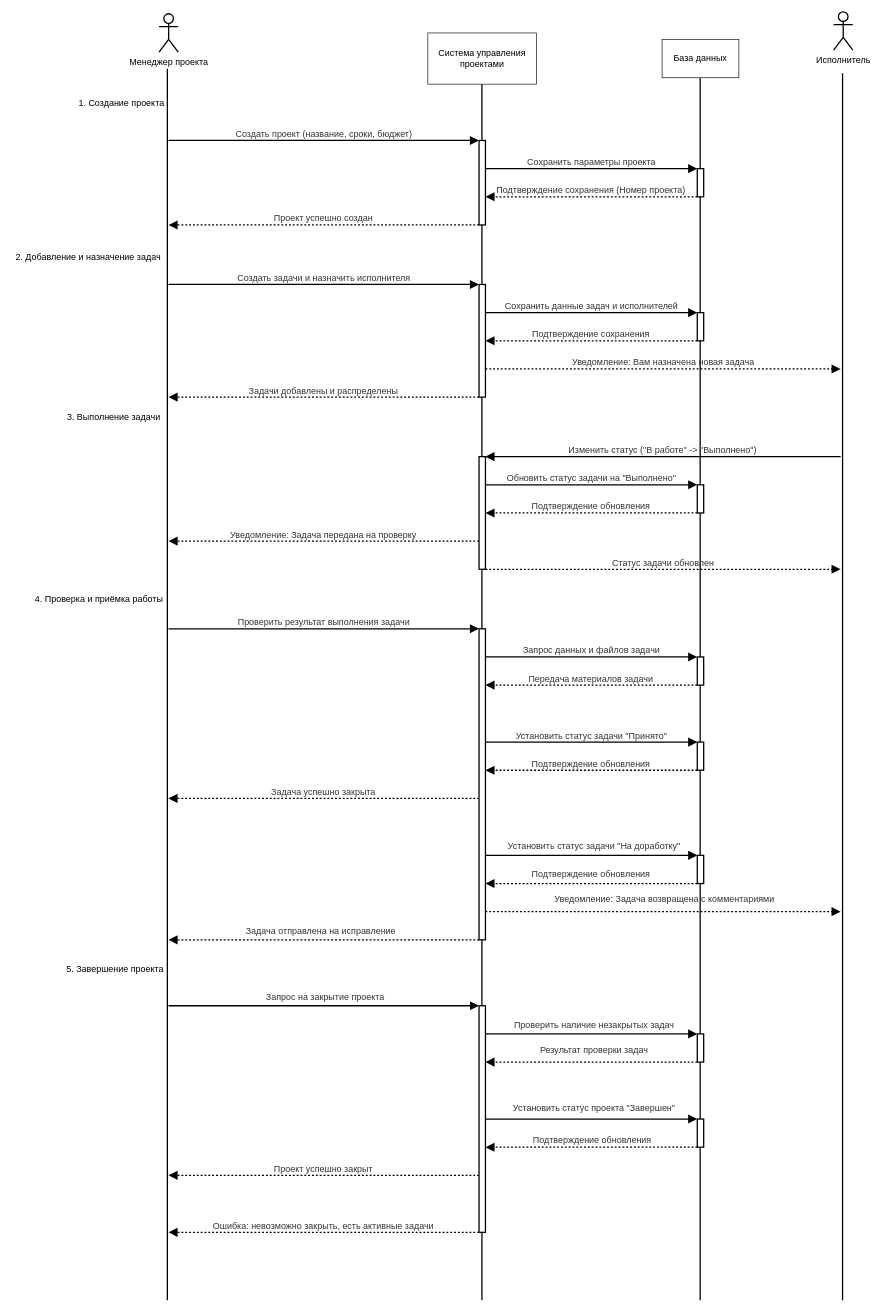
Above: draw/Диаграмма без названия.drawio in egor417131/up3 (draw.io), before the change. Source tidied: cells renumbered, new cells numbered last; positions are measured from the earlier drawing's top-left corner, leaving out a move shared by most shapes. Both pictures are drawn from the tidied source at 64%, with x=0, y=0 at pixel (11, 12).
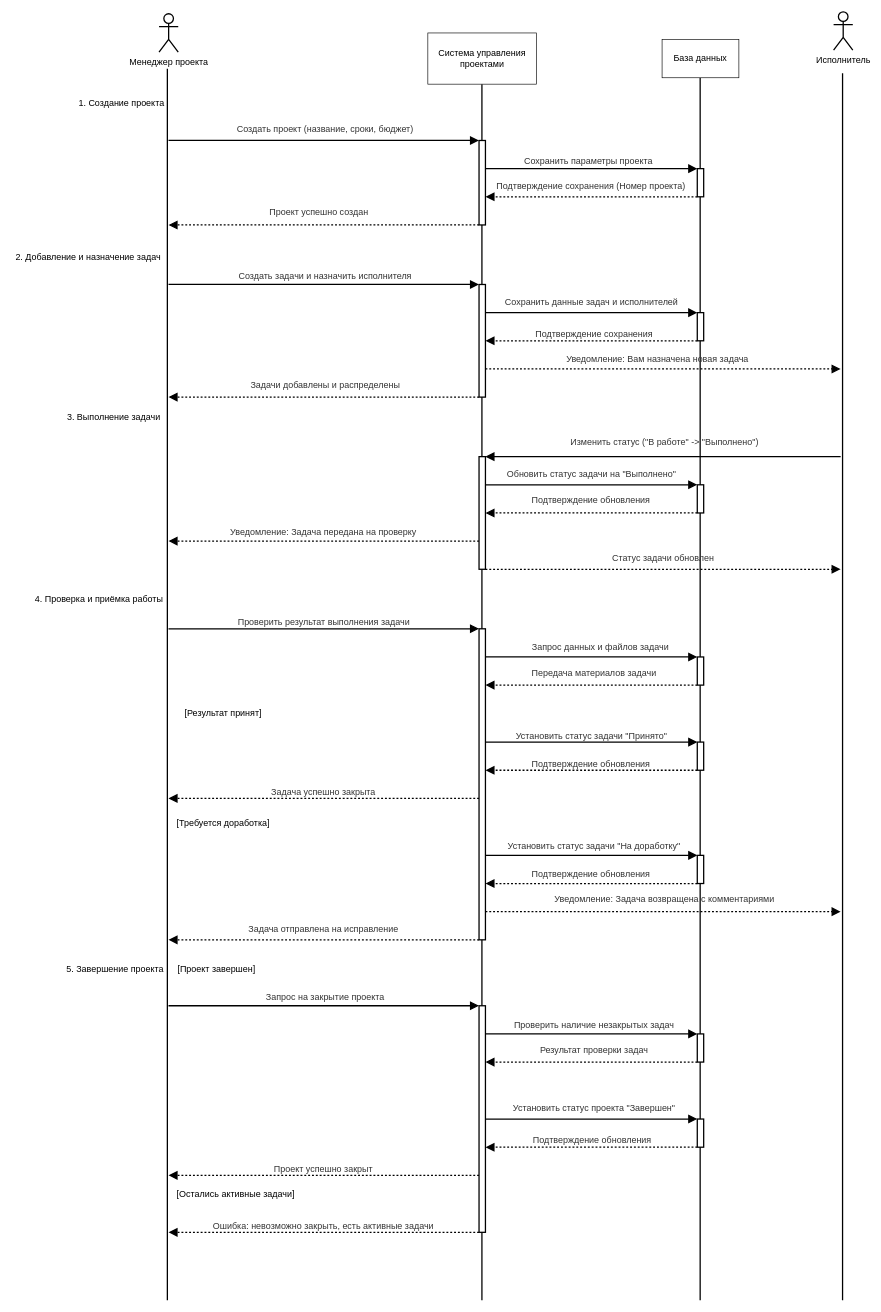
Above is the later version.

The change refers to these unchanged cells:
```xml
<mxCell id="40" style="html=1;points=[];perimeter=orthogonalPerimeter;outlineConnect=0;targetShapes=umlLifeline;portConstraint=eastwest;newEdgeStyle={&quot;edgeStyle&quot;:&quot;elbowEdgeStyle&quot;,&quot;elbow&quot;:&quot;vertical&quot;,&quot;curved&quot;:0,&quot;rounded&quot;:0};fontFamily=Helvetica;fontSize=14;strokeWidth=2;" parent="1" vertex="1">
  <mxGeometry x="731" y="201" width="10" height="132" as="geometry" />
</mxCell>
<mxCell id="41" style="html=1;points=[];perimeter=orthogonalPerimeter;outlineConnect=0;targetShapes=umlLifeline;portConstraint=eastwest;newEdgeStyle={&quot;edgeStyle&quot;:&quot;elbowEdgeStyle&quot;,&quot;elbow&quot;:&quot;vertical&quot;,&quot;curved&quot;:0,&quot;rounded&quot;:0};fontFamily=Helvetica;fontSize=14;strokeWidth=2;" parent="1" vertex="1">
  <mxGeometry x="731" y="426" width="10" height="176" as="geometry" />
</mxCell>
<mxCell id="42" style="html=1;points=[];perimeter=orthogonalPerimeter;outlineConnect=0;targetShapes=umlLifeline;portConstraint=eastwest;newEdgeStyle={&quot;edgeStyle&quot;:&quot;elbowEdgeStyle&quot;,&quot;elbow&quot;:&quot;vertical&quot;,&quot;curved&quot;:0,&quot;rounded&quot;:0};fontFamily=Helvetica;fontSize=14;strokeWidth=2;" parent="1" vertex="1">
  <mxGeometry x="731" y="695" width="10" height="176" as="geometry" />
</mxCell>
<mxCell id="43" style="html=1;points=[];perimeter=orthogonalPerimeter;outlineConnect=0;targetShapes=umlLifeline;portConstraint=eastwest;newEdgeStyle={&quot;edgeStyle&quot;:&quot;elbowEdgeStyle&quot;,&quot;elbow&quot;:&quot;vertical&quot;,&quot;curved&quot;:0,&quot;rounded&quot;:0};fontFamily=Helvetica;fontSize=14;strokeWidth=2;" parent="1" vertex="1">
  <mxGeometry x="731" y="964" width="10" height="486" as="geometry" />
</mxCell>
<mxCell id="45" style="html=1;points=[];perimeter=orthogonalPerimeter;outlineConnect=0;targetShapes=umlLifeline;portConstraint=eastwest;newEdgeStyle={&quot;edgeStyle&quot;:&quot;elbowEdgeStyle&quot;,&quot;elbow&quot;:&quot;vertical&quot;,&quot;curved&quot;:0,&quot;rounded&quot;:0};fontFamily=Helvetica;fontSize=14;strokeWidth=2;" parent="1" vertex="1">
  <mxGeometry x="1072" y="245" width="10" height="44" as="geometry" />
</mxCell>
<mxCell id="46" style="html=1;points=[];perimeter=orthogonalPerimeter;outlineConnect=0;targetShapes=umlLifeline;portConstraint=eastwest;newEdgeStyle={&quot;edgeStyle&quot;:&quot;elbowEdgeStyle&quot;,&quot;elbow&quot;:&quot;vertical&quot;,&quot;curved&quot;:0,&quot;rounded&quot;:0};fontFamily=Helvetica;fontSize=14;strokeWidth=2;" parent="1" vertex="1">
  <mxGeometry x="1072" y="470" width="10" height="44" as="geometry" />
</mxCell>
<mxCell id="47" style="html=1;points=[];perimeter=orthogonalPerimeter;outlineConnect=0;targetShapes=umlLifeline;portConstraint=eastwest;newEdgeStyle={&quot;edgeStyle&quot;:&quot;elbowEdgeStyle&quot;,&quot;elbow&quot;:&quot;vertical&quot;,&quot;curved&quot;:0,&quot;rounded&quot;:0};fontFamily=Helvetica;fontSize=14;strokeWidth=2;" parent="1" vertex="1">
  <mxGeometry x="1072" y="739" width="10" height="44" as="geometry" />
</mxCell>
<mxCell id="48" style="html=1;points=[];perimeter=orthogonalPerimeter;outlineConnect=0;targetShapes=umlLifeline;portConstraint=eastwest;newEdgeStyle={&quot;edgeStyle&quot;:&quot;elbowEdgeStyle&quot;,&quot;elbow&quot;:&quot;vertical&quot;,&quot;curved&quot;:0,&quot;rounded&quot;:0};fontFamily=Helvetica;fontSize=14;strokeWidth=2;" parent="1" vertex="1">
  <mxGeometry x="1072" y="1008" width="10" height="44" as="geometry" />
</mxCell>
```

The edit, as a diff of the source:
```diff
@@
-    <mxCell id="4" value="Создать проект (название, сроки, бюджет)" style="endArrow=block;endSize=9;verticalAlign=bottom;edgeStyle=elbowEdgeStyle;elbow=vertical;curved=0;rounded=0;fontSize=14;labelBackgroundColor=none;strokeWidth=2;fontColor=light-dark(#333333,#cccccc);fontFamily=Helvetica;" parent="1" edge="1" target="40">
-      <mxGeometry relative="1" as="geometry">
+    <mxCell id="4" value="Создать проект (название, сроки, бюджет)" style="endArrow=block;endSize=9;verticalAlign=bottom;edgeStyle=elbowEdgeStyle;elbow=vertical;curved=0;rounded=0;fontSize=14;labelBackgroundColor=none;strokeWidth=2;fontColor=light-dark(#333333,#cccccc);fontFamily=Helvetica;anchorPointDirection=1;" parent="1" edge="1" target="40">
+      <mxGeometry x="0.01" y="8" relative="1" as="geometry">
         <mxPoint x="245.8" y="201" as="sourcePoint" />
         <Array as="points">
           <mxPoint x="489" y="201" />
         </Array>
       </mxGeometry>
     </mxCell>
     <mxCell id="5" value="Сохранить параметры проекта" style="endArrow=block;endSize=9;verticalAlign=bottom;edgeStyle=elbowEdgeStyle;elbow=vertical;curved=0;rounded=0;fontSize=14;labelBackgroundColor=none;strokeWidth=2;fontColor=light-dark(#333333,#cccccc);fontFamily=Helvetica;anchorPointDirection=1;endFill=1;startFill=1;" parent="1" edge="1" source="40" target="45">
-      <mxGeometry relative="1" as="geometry">
+      <mxGeometry x="-0.03" y="2" relative="1" as="geometry">
         <Array as="points">
           <mxPoint x="907" y="245" />
         </Array>
       </mxGeometry>
     </mxCell>
     <mxCell id="6" value="Подтверждение сохранения (Номер проекта)" style="dashed=1;fixDash=1;dashPattern=3 3;endArrow=block;endSize=9;verticalAlign=bottom;edgeStyle=elbowEdgeStyle;elbow=vertical;curved=0;rounded=0;fontSize=14;labelBackgroundColor=none;strokeWidth=2;fontColor=light-dark(#333333,#cccccc);fontFamily=Helvetica;" parent="1" edge="1" source="45" target="40">
-      <mxGeometry relative="1" as="geometry">
+      <mxGeometry y="-6" relative="1" as="geometry">
         <Array as="points">
           <mxPoint x="907" y="289" />
         </Array>
       </mxGeometry>
     </mxCell>
     <mxCell id="7" value="Проект успешно создан" style="dashed=1;fixDash=1;dashPattern=3 3;endArrow=block;endSize=9;verticalAlign=bottom;edgeStyle=elbowEdgeStyle;elbow=vertical;curved=0;rounded=0;fontSize=14;labelBackgroundColor=none;strokeWidth=2;fontColor=light-dark(#333333,#cccccc);fontFamily=Helvetica;" parent="1" edge="1" source="40">
-      <mxGeometry relative="1" as="geometry">
+      <mxGeometry x="0.03" y="-10" relative="1" as="geometry">
         <mxPoint x="245.8" y="333" as="targetPoint" />
         <Array as="points">
           <mxPoint x="489" y="333" />
         </Array>
       </mxGeometry>
     </mxCell>
     <mxCell id="8" value="Создать задачи и назначить исполнителя" style="endArrow=block;endSize=9;verticalAlign=bottom;edgeStyle=elbowEdgeStyle;elbow=vertical;curved=0;rounded=0;fontSize=14;labelBackgroundColor=none;strokeWidth=2;fontColor=light-dark(#333333,#cccccc);fontFamily=Helvetica;" parent="1" edge="1" target="41">
-      <mxGeometry relative="1" as="geometry">
+      <mxGeometry x="0.01" y="3" relative="1" as="geometry">
         <mxPoint x="245.8" y="426" as="sourcePoint" />
         <Array as="points">
           <mxPoint x="489" y="426" />
         </Array>
       </mxGeometry>
     </mxCell>
     <mxCell id="9" value="Сохранить данные задач и исполнителей" style="endArrow=block;endSize=9;verticalAlign=bottom;edgeStyle=elbowEdgeStyle;elbow=vertical;curved=0;rounded=0;fontSize=14;labelBackgroundColor=none;strokeWidth=2;fontColor=light-dark(#333333,#cccccc);fontFamily=Helvetica;" parent="1" edge="1" source="41" target="46">
-      <mxGeometry relative="1" as="geometry">
+      <mxGeometry y="7" relative="1" as="geometry">
         <Array as="points">
           <mxPoint x="907" y="470" />
         </Array>
       </mxGeometry>
     </mxCell>
     <mxCell id="10" value="Подтверждение сохранения" style="dashed=1;fixDash=1;dashPattern=3 3;endArrow=block;endSize=9;verticalAlign=bottom;edgeStyle=elbowEdgeStyle;elbow=vertical;curved=0;rounded=0;fontSize=14;labelBackgroundColor=none;strokeWidth=2;fontColor=light-dark(#333333,#cccccc);fontFamily=Helvetica;" parent="1" edge="1" source="46" target="41">
-      <mxGeometry relative="1" as="geometry">
+      <mxGeometry x="-0.03" y="-1" relative="1" as="geometry">
         <Array as="points">
           <mxPoint x="907" y="514" />
         </Array>
       </mxGeometry>
     </mxCell>
     <mxCell id="11" value="Уведомление: Вам назначена новая задача" style="dashed=1;fixDash=1;dashPattern=3 3;endArrow=block;endSize=9;verticalAlign=bottom;edgeStyle=elbowEdgeStyle;elbow=vertical;curved=0;rounded=0;fontSize=14;labelBackgroundColor=none;strokeWidth=2;fontColor=light-dark(#333333,#cccccc);fontFamily=Helvetica;" parent="1" edge="1" source="41">
-      <mxGeometry relative="1" as="geometry">
+      <mxGeometry x="-0.03" y="5" relative="1" as="geometry">
         <mxPoint x="1296" y="558" as="targetPoint" />
         <Array as="points">
           <mxPoint x="1019" y="558" />
         </Array>
       </mxGeometry>
     </mxCell>
     <mxCell id="12" value="Задачи добавлены и распределены" style="dashed=1;fixDash=1;dashPattern=3 3;endArrow=block;endSize=9;verticalAlign=bottom;edgeStyle=elbowEdgeStyle;elbow=vertical;curved=0;rounded=0;fontSize=14;labelBackgroundColor=none;strokeWidth=2;fontColor=light-dark(#333333,#cccccc);fontFamily=Helvetica;" parent="1" edge="1" source="41">
-      <mxGeometry relative="1" as="geometry">
+      <mxGeometry x="-0.01" y="-9" relative="1" as="geometry">
         <mxPoint x="245.8" y="602" as="targetPoint" />
         <Array as="points">
           <mxPoint x="489" y="602" />
         </Array>
       </mxGeometry>
     </mxCell>
     <mxCell id="13" value="Изменить статус (&quot;В работе&quot; -&gt; &quot;Выполнено&quot;)" style="endArrow=block;endSize=9;verticalAlign=bottom;edgeStyle=elbowEdgeStyle;elbow=vertical;curved=0;rounded=0;fontSize=14;labelBackgroundColor=none;strokeWidth=2;fontColor=light-dark(#333333,#cccccc);fontFamily=Helvetica;" parent="1" edge="1" target="42">
-      <mxGeometry relative="1" as="geometry">
+      <mxGeometry x="-0.01" y="-12" relative="1" as="geometry">
         <mxPoint x="1296" y="695" as="sourcePoint" />
         <Array as="points">
           <mxPoint x="1019" y="695" />
         </Array>
       </mxGeometry>
     </mxCell>
     <mxCell id="14" value="Обновить статус задачи на &quot;Выполнено&quot;" style="endArrow=block;endSize=9;verticalAlign=bottom;edgeStyle=elbowEdgeStyle;elbow=vertical;curved=0;rounded=0;fontSize=14;labelBackgroundColor=none;strokeWidth=2;fontColor=light-dark(#333333,#cccccc);fontFamily=Helvetica;" parent="1" edge="1" source="42" target="47">
-      <mxGeometry relative="1" as="geometry">
+      <mxGeometry y="6" relative="1" as="geometry">
         <Array as="points">
           <mxPoint x="907" y="739" />
         </Array>
       </mxGeometry>
     </mxCell>
     <mxCell id="15" value="Подтверждение обновления" style="dashed=1;fixDash=1;dashPattern=3 3;endArrow=block;endSize=9;verticalAlign=bottom;edgeStyle=elbowEdgeStyle;elbow=vertical;curved=0;rounded=0;fontSize=14;labelBackgroundColor=none;strokeWidth=2;fontColor=light-dark(#333333,#cccccc);fontFamily=Helvetica;" parent="1" edge="1" source="47" target="42">
-      <mxGeometry relative="1" as="geometry">
+      <mxGeometry y="-10" relative="1" as="geometry">
         <Array as="points">
           <mxPoint x="907" y="783" />
         </Array>
       </mxGeometry>
     </mxCell>
     <mxCell id="16" value="Уведомление: Задача передана на проверку" style="dashed=1;fixDash=1;dashPattern=3 3;endArrow=block;endSize=9;verticalAlign=bottom;edgeStyle=elbowEdgeStyle;elbow=vertical;curved=0;rounded=0;fontSize=14;labelBackgroundColor=none;strokeWidth=2;fontColor=light-dark(#333333,#cccccc);fontFamily=Helvetica;" parent="1" edge="1" source="42">
-      <mxGeometry relative="1" as="geometry">
+      <mxGeometry y="-4" relative="1" as="geometry">
         <mxPoint x="245.8" y="827" as="targetPoint" />
         <Array as="points">
           <mxPoint x="489" y="827" />
         </Array>
       </mxGeometry>
     </mxCell>
     <mxCell id="17" value="Статус задачи обновлен" style="dashed=1;fixDash=1;dashPattern=3 3;endArrow=block;endSize=9;verticalAlign=bottom;edgeStyle=elbowEdgeStyle;elbow=vertical;curved=0;rounded=0;fontSize=14;labelBackgroundColor=none;strokeWidth=2;fontColor=light-dark(#333333,#cccccc);fontFamily=Helvetica;" parent="1" edge="1" source="42">
-      <mxGeometry relative="1" as="geometry">
+      <mxGeometry y="8" relative="1" as="geometry">
         <mxPoint x="1296" y="871" as="targetPoint" />
         <Array as="points">
           <mxPoint x="1019" y="871" />
         </Array>
       </mxGeometry>
     </mxCell>
     <mxCell id="18" value="Проверить результат выполнения задачи" style="endArrow=block;endSize=9;verticalAlign=bottom;edgeStyle=elbowEdgeStyle;elbow=vertical;curved=0;rounded=0;fontSize=14;labelBackgroundColor=none;strokeWidth=2;fontColor=light-dark(#333333,#cccccc);fontFamily=Helvetica;" parent="1" edge="1" target="43">
-      <mxGeometry relative="1" as="geometry">
+      <mxGeometry y="1" relative="1" as="geometry">
         <mxPoint x="245.8" y="964" as="sourcePoint" />
         <Array as="points">
           <mxPoint x="489" y="964" />
         </Array>
       </mxGeometry>
     </mxCell>
     <mxCell id="19" value="Запрос данных и файлов задачи" style="endArrow=block;endSize=9;verticalAlign=bottom;edgeStyle=elbowEdgeStyle;elbow=vertical;curved=0;rounded=0;fontSize=14;labelBackgroundColor=none;strokeWidth=2;fontColor=light-dark(#333333,#cccccc);fontFamily=Helvetica;" parent="1" edge="1" source="43" target="48">
-      <mxGeometry relative="1" as="geometry">
+      <mxGeometry x="0.09" y="5" relative="1" as="geometry">
         <Array as="points">
           <mxPoint x="907" y="1008" />
         </Array>
       </mxGeometry>
     </mxCell>
     <mxCell id="20" value="Передача материалов задачи" style="dashed=1;fixDash=1;dashPattern=3 3;endArrow=block;endSize=9;verticalAlign=bottom;edgeStyle=elbowEdgeStyle;elbow=vertical;curved=0;rounded=0;fontSize=14;labelBackgroundColor=none;strokeWidth=2;fontColor=light-dark(#333333,#cccccc);fontFamily=Helvetica;" parent="1" edge="1" source="48" target="43">
-      <mxGeometry relative="1" as="geometry">
+      <mxGeometry x="-0.03" y="-9" relative="1" as="geometry">
         <Array as="points">
           <mxPoint x="907" y="1052" />
         </Array>
       </mxGeometry>
     </mxCell>
@@
     <mxCell id="27" value="Задача отправлена на исправление" style="dashed=1;fixDash=1;dashPattern=3 3;endArrow=block;endSize=9;verticalAlign=bottom;edgeStyle=elbowEdgeStyle;elbow=vertical;curved=0;rounded=0;fontSize=14;labelBackgroundColor=none;strokeWidth=2;fontColor=light-dark(#333333,#cccccc);fontFamily=Helvetica;" parent="1" edge="1" source="43">
-      <mxGeometry x="0.02" y="-4" relative="1" as="geometry">
+      <mxGeometry y="-7" relative="1" as="geometry">
         <mxPoint x="245.8" y="1450" as="targetPoint" />
         <Array as="points">
           <mxPoint x="489" y="1450" />
         </Array>
       </mxGeometry>
     </mxCell>
@@
+    <mxCell id="59" value="&lt;font style=&quot;font-size: 14px;&quot;&gt;[Требуется доработка]&lt;/font&gt;" style="text;html=1;whiteSpace=wrap;strokeColor=none;fillColor=none;align=center;verticalAlign=middle;rounded=0;" parent="1" vertex="1">
+      <mxGeometry x="251" y="1253" width="161" height="30" as="geometry" />
+    </mxCell>
+    <mxCell id="60" value="&lt;font style=&quot;font-size: 14px;&quot;&gt;[Остались активные задачи]&lt;/font&gt;" style="text;html=1;whiteSpace=wrap;strokeColor=none;fillColor=none;align=center;verticalAlign=middle;rounded=0;" parent="1" vertex="1">
+      <mxGeometry x="251" y="1833" width="200" height="30" as="geometry" />
+    </mxCell>
+    <mxCell id="61" value="&lt;font style=&quot;font-size: 14px;&quot;&gt;[Результат принят]&lt;/font&gt;" style="text;html=1;whiteSpace=wrap;strokeColor=none;fillColor=none;align=center;verticalAlign=middle;rounded=0;" parent="1" vertex="1">
+      <mxGeometry x="251" y="1081" width="161" height="30" as="geometry" />
+    </mxCell>
+    <mxCell id="62" value="&lt;font style=&quot;font-size: 14px;&quot;&gt;[Проект завершен]&lt;/font&gt;" style="text;html=1;whiteSpace=wrap;strokeColor=none;fillColor=none;align=center;verticalAlign=middle;rounded=0;" parent="1" vertex="1">
+      <mxGeometry x="251" y="1479.5" width="140" height="30" as="geometry" />
+    </mxCell>
```
